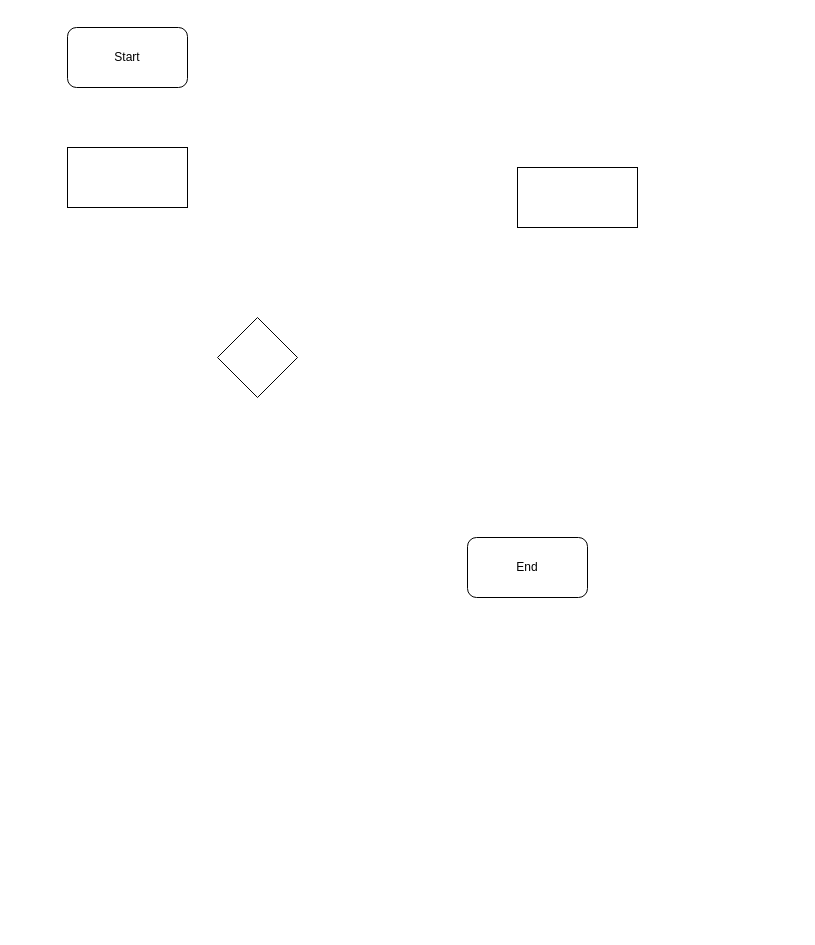
This is БлокСхема.drawio from Draklion/FinalAttestation, a draw.io file, before an edit. Source tidied: cells renumbered, new cells numbered last; positions are measured from the earlier drawing's top-left corner, leaving out a move shared by most shapes. Both pictures are drawn from the tidied source at 100%, with x=0, y=0 at pixel (67, 27).
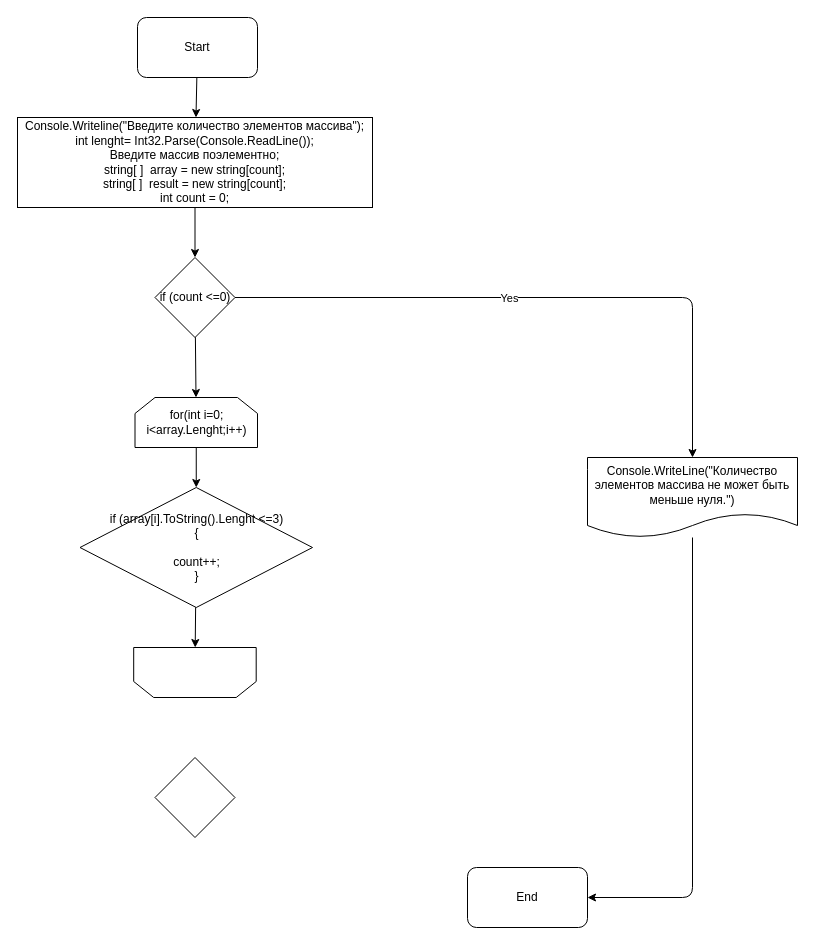
Above is the later version.

Commit message:
BlockDiagram completed.

The edit, as a diff of the source:
```diff
@@
+    <mxCell id="7" style="edgeStyle=none;html=1;" parent="1" edge="1" source="2" target="6">
+      <mxGeometry relative="1" as="geometry" />
+    </mxCell>
     <mxCell id="2" value="Start" style="rounded=1;whiteSpace=wrap;html=1;" parent="1" vertex="1">
-      <mxGeometry width="120" height="60" as="geometry" />
+      <mxGeometry x="70" y="-10" width="120" height="60" as="geometry" />
     </mxCell>
     <mxCell id="3" value="End" style="rounded=1;whiteSpace=wrap;html=1;" parent="1" vertex="1">
-      <mxGeometry x="400" y="510" width="120" height="60" as="geometry" />
+      <mxGeometry x="400" y="840" width="120" height="60" as="geometry" />
     </mxCell>
+    <mxCell id="8" style="edgeStyle=none;html=1;entryX=0.5;entryY=0;entryDx=0;entryDy=0;" parent="1" edge="1" source="4" target="15">
+      <mxGeometry relative="1" as="geometry">
+        <Array as="points">
+          <mxPoint x="625" y="270" />
+        </Array>
+      </mxGeometry>
+    </mxCell>
+    <mxCell id="9" value="Yes" style="edgeLabel;html=1;align=center;verticalAlign=middle;" parent="8" vertex="1">
+      <mxGeometry x="-0.2" relative="1" as="geometry">
+        <mxPoint x="27" as="offset" />
+      </mxGeometry>
+    </mxCell>
+    <mxCell id="10" style="edgeStyle=none;html=1;" parent="1" edge="1" source="4" target="13">
+      <mxGeometry relative="1" as="geometry" />
+    </mxCell>
-    <mxCell id="4" style="rhombus;whiteSpace=wrap;html=1;" parent="1" vertex="1">
-      <mxGeometry x="150" y="290" width="80" height="80" as="geometry" />
+    <mxCell id="4" value="if (count &amp;lt;=0)" style="rhombus;whiteSpace=wrap;html=1;" parent="1" vertex="1">
+      <mxGeometry x="87.5" y="230" width="80" height="80" as="geometry" />
     </mxCell>
-    <mxCell id="5" style="rounded=0;whiteSpace=wrap;html=1;" parent="1" vertex="1">
-      <mxGeometry x="450" y="140" width="120" height="60" as="geometry" />
-    </mxCell>
+    <mxCell id="11" style="edgeStyle=none;html=1;" parent="1" edge="1" source="6" target="4">
+      <mxGeometry relative="1" as="geometry" />
+    </mxCell>
-    <mxCell id="6" style="rounded=0;whiteSpace=wrap;html=1;" parent="1" vertex="1">
-      <mxGeometry y="120" width="120" height="60" as="geometry" />
+    <mxCell id="6" value="Console.Writeline(&quot;Введите количество элементов массива&quot;);&lt;br&gt;int lenght= Int32.Parse(Console.ReadLine());&lt;br&gt;Введите массив поэлементно;&lt;br&gt;string[ ]&amp;nbsp; array = new string[count];&lt;br&gt;string[ ]&amp;nbsp; result = new string[count];&lt;br&gt;int count = 0;" style="rounded=0;whiteSpace=wrap;html=1;" parent="1" vertex="1">
+      <mxGeometry x="-50" y="90" width="355" height="90" as="geometry" />
     </mxCell>
+    <mxCell id="12" style="edgeStyle=none;html=1;" parent="1" edge="1" source="13" target="18">
+      <mxGeometry relative="1" as="geometry" />
+    </mxCell>
+    <mxCell id="13" value="for(int i=0; i&amp;lt;array.Lenght;i++)" style="shape=loopLimit;whiteSpace=wrap;html=1;" parent="1" vertex="1">
+      <mxGeometry x="67.5" y="370" width="122.5" height="50" as="geometry" />
+    </mxCell>
+    <mxCell id="14" style="edgeStyle=none;html=1;" parent="1" edge="1" source="15" target="3">
+      <mxGeometry relative="1" as="geometry">
+        <Array as="points">
+          <mxPoint x="625" y="870" />
+        </Array>
+      </mxGeometry>
+    </mxCell>
+    <mxCell id="15" value="Console.WriteLine(&quot;Количество элементов массива не может быть меньше нуля.&quot;)" style="shape=document;whiteSpace=wrap;html=1;boundedLbl=1;" parent="1" vertex="1">
+      <mxGeometry x="520" y="430" width="210" height="80" as="geometry" />
+    </mxCell>
+    <mxCell id="16" style="shape=loopLimit;whiteSpace=wrap;html=1;rotation=-180;" parent="1" vertex="1">
+      <mxGeometry x="66.2" y="620" width="122.5" height="50" as="geometry" />
+    </mxCell>
+    <mxCell id="17" style="edgeStyle=none;html=1;" parent="1" edge="1" source="18" target="16">
+      <mxGeometry relative="1" as="geometry" />
+    </mxCell>
+    <mxCell id="18" value="if (array[i].ToString().Lenght &amp;lt;=3)&lt;br&gt;{&lt;br&gt;&lt;br&gt;count++;&lt;br&gt;}" style="rhombus;whiteSpace=wrap;html=1;" parent="1" vertex="1">
+      <mxGeometry x="12.5" y="460" width="232.5" height="120" as="geometry" />
+    </mxCell>
+    <mxCell id="19" style="rhombus;whiteSpace=wrap;html=1;" parent="1" vertex="1">
+      <mxGeometry x="87.5" y="730" width="80" height="80" as="geometry" />
+    </mxCell>
```
